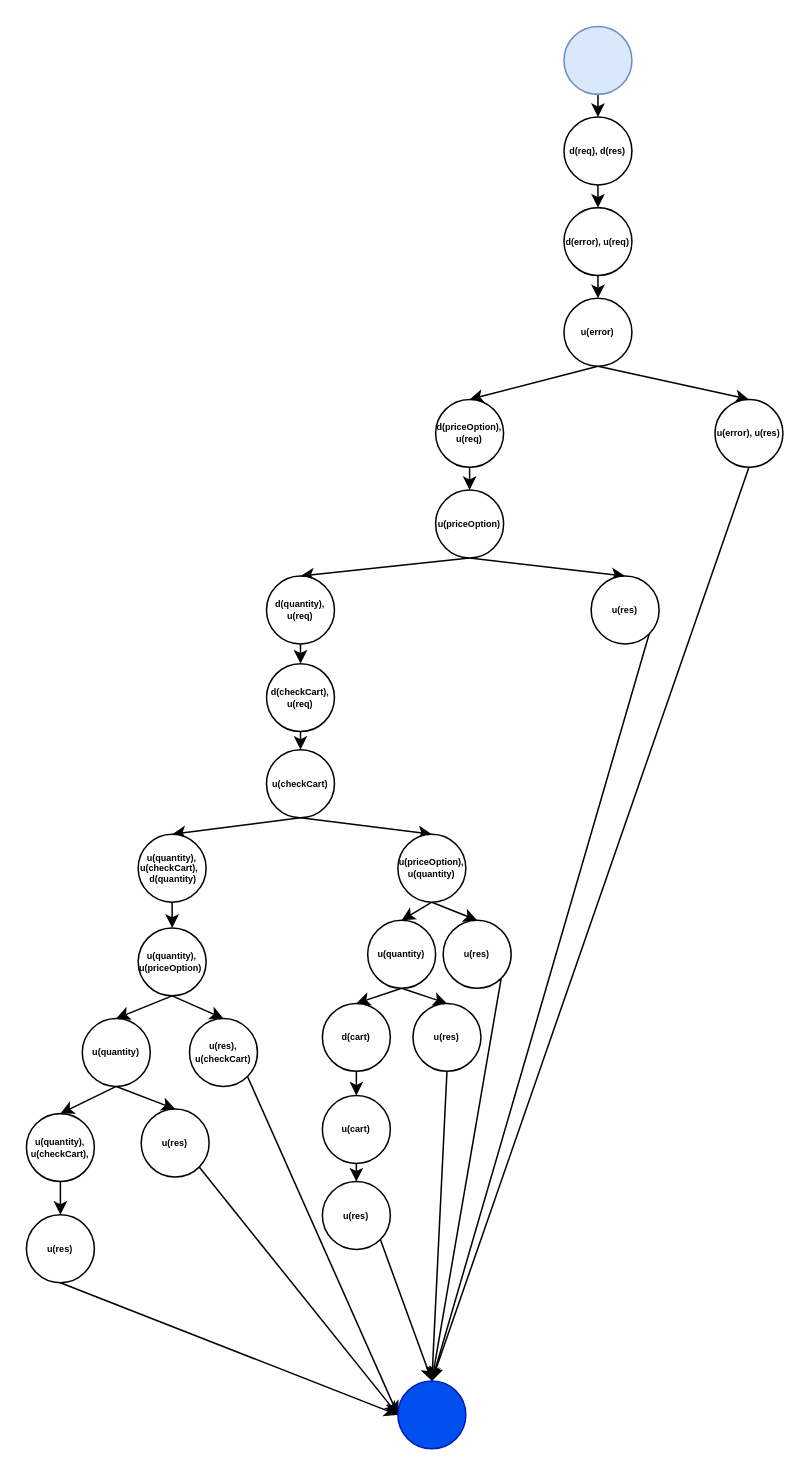
Earlier version of the draw.io diagram Untitled Diagram.drawio (toantrungp999/toantrungp999). Source tidied: cells renumbered, new cells numbered last; positions are measured from the earlier drawing's top-left corner, leaving out a move shared by most shapes. Both pictures are drawn from the tidied source at 151%, with x=0, y=0 at pixel (26, 26).
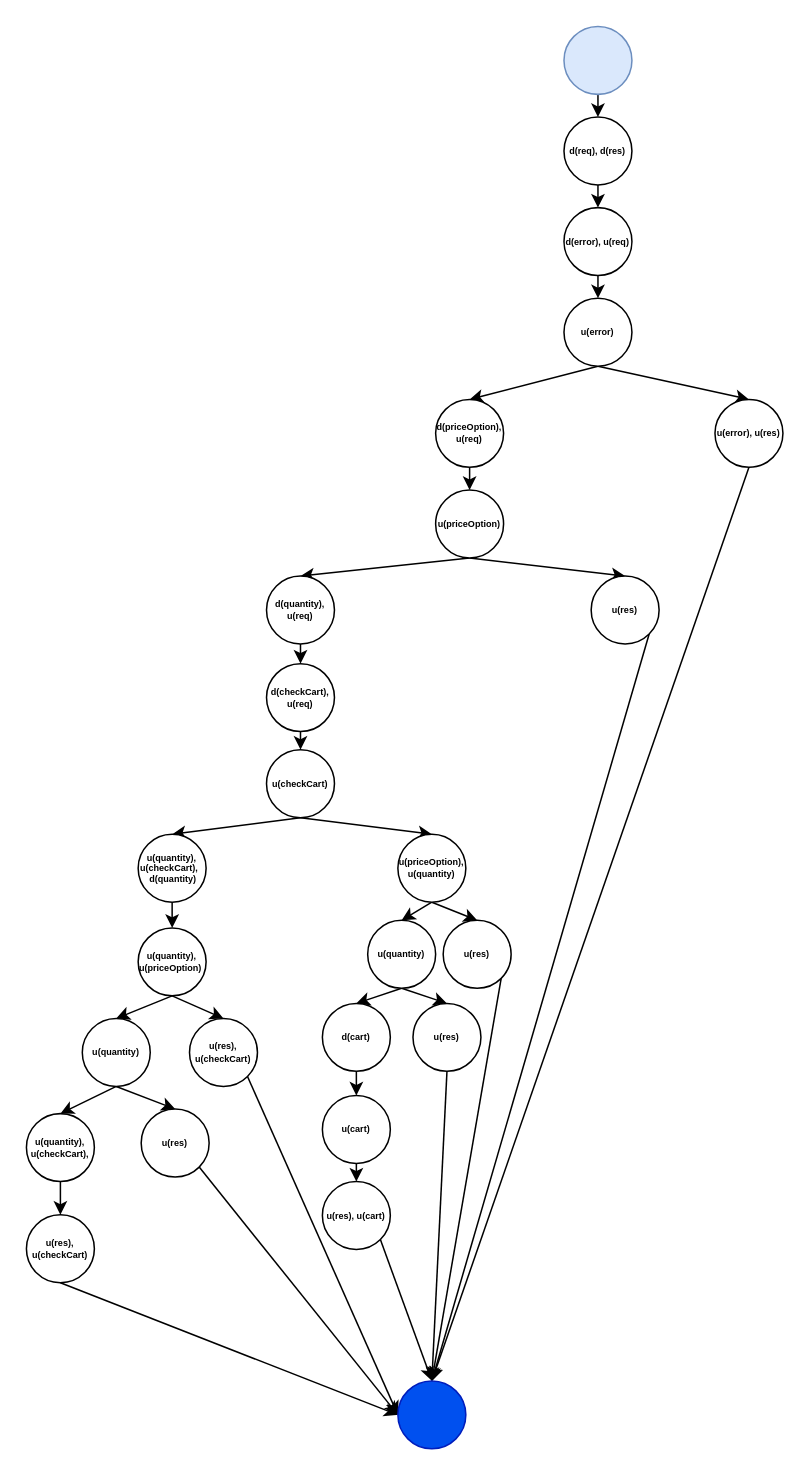
After the change.

The edit, as a diff of the source:
```diff
@@
-    <mxCell id="42" value="u(res)" style="ellipse;whiteSpace=wrap;html=1;verticalAlign=middle;fontSize=6;fontStyle=1;" parent="1" vertex="1">
+    <mxCell id="42" value="u(res), u(cart)" style="ellipse;whiteSpace=wrap;html=1;verticalAlign=middle;fontSize=6;fontStyle=1;" parent="1" vertex="1">
       <mxGeometry x="196" y="765" width="45" height="45" as="geometry" />
     </mxCell>
@@
-    <mxCell id="56" value="u(res)" style="ellipse;whiteSpace=wrap;html=1;verticalAlign=middle;fontSize=6;fontStyle=1;" parent="1" vertex="1">
+    <mxCell id="56" value="u(res), u(checkCart)" style="ellipse;whiteSpace=wrap;html=1;verticalAlign=middle;fontSize=6;fontStyle=1;" parent="1" vertex="1">
       <mxGeometry y="787" width="45" height="45" as="geometry" />
     </mxCell>
```
